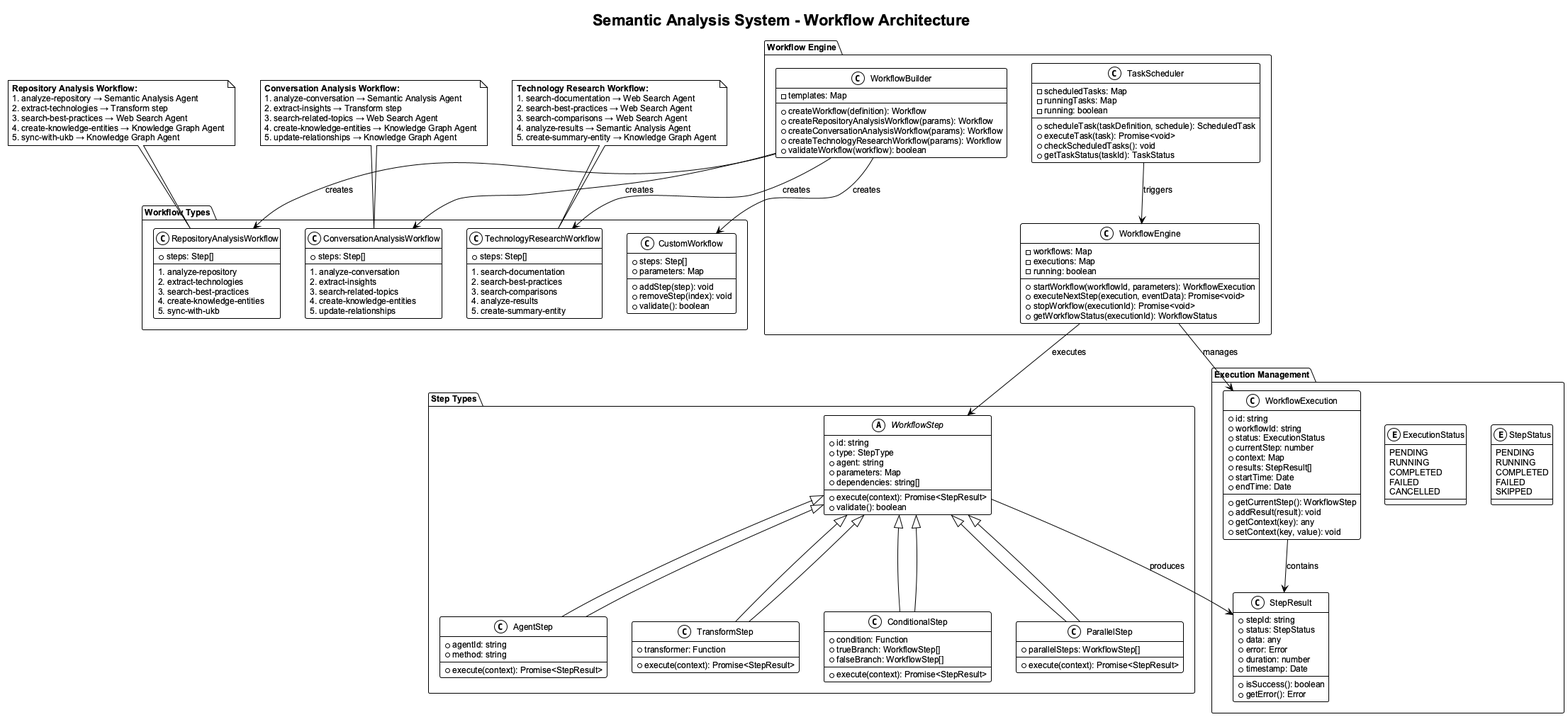
This is docs/images/semantic-analysis-workflows.png from fwornle/coding, a PlantUML export, as it was before one commit.
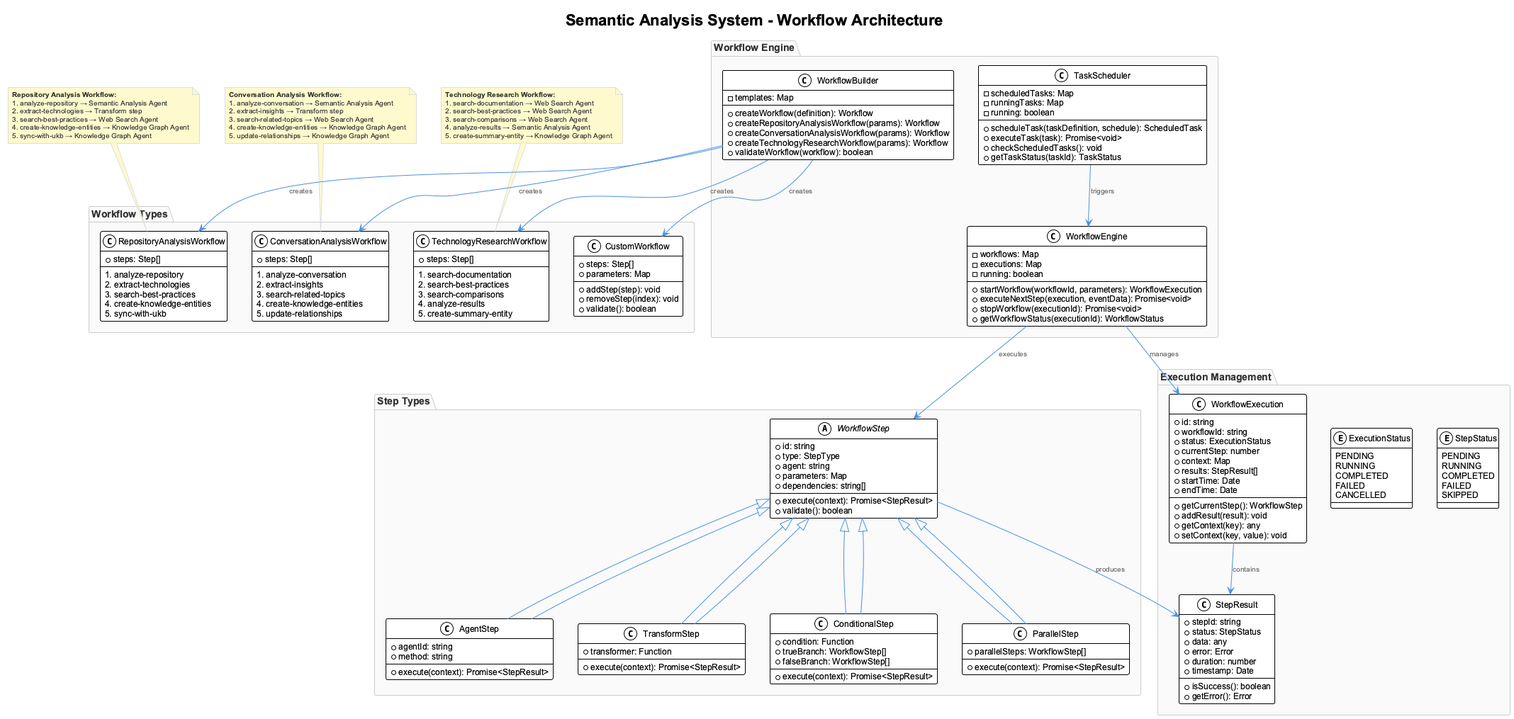
After the commit.

The edit, as a diff of the source:
```diff
@@ -1,8 +1,5 @@
 @startuml semantic-analysis-workflows
-!theme plain
-skinparam backgroundColor white
-skinparam defaultFontName Arial
-skinparam defaultFontSize 12
+!include _standard-style.puml
 
 title Semantic Analysis System - Workflow Architecture
 
```
